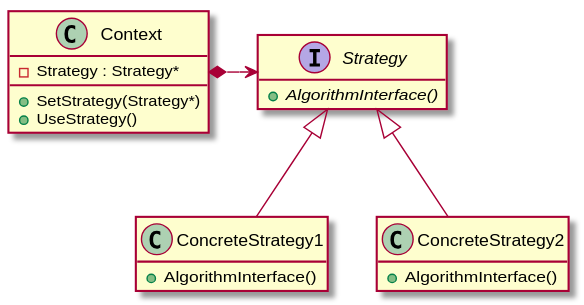
The PlantUML diagram programming/patterns/Strategy/Class.svg in pvc1989/miniWiki, before a commit.
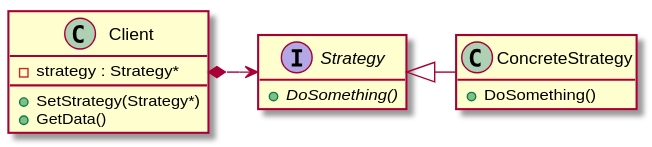
Later version of the same file.

Commit message:
Update diagram and description for Strategy.

Change to the diagram source:
```diff
@@ -1,21 +1,17 @@
 @startuml
-Context *-> Strategy
-Strategy <|-- ConcreteStrategy1
-Strategy <|-- ConcreteStrategy2
+Client *-> Strategy
+Strategy <|- ConcreteStrategy
 
-class Context {
-  -Strategy : Strategy*
+class Client {
+  -strategy : Strategy*
   +SetStrategy(Strategy*)
-  +UseStrategy()
+  +GetData()
 }
 interface Strategy {
-  {abstract} +AlgorithmInterface()
+  {abstract} +DoSomething()
 }
-class ConcreteStrategy1 {
-  +AlgorithmInterface()
-}
-class ConcreteStrategy2 {
-  +AlgorithmInterface()
+class ConcreteStrategy {
+  +DoSomething()
 }
 
 hide empty attributes
```
